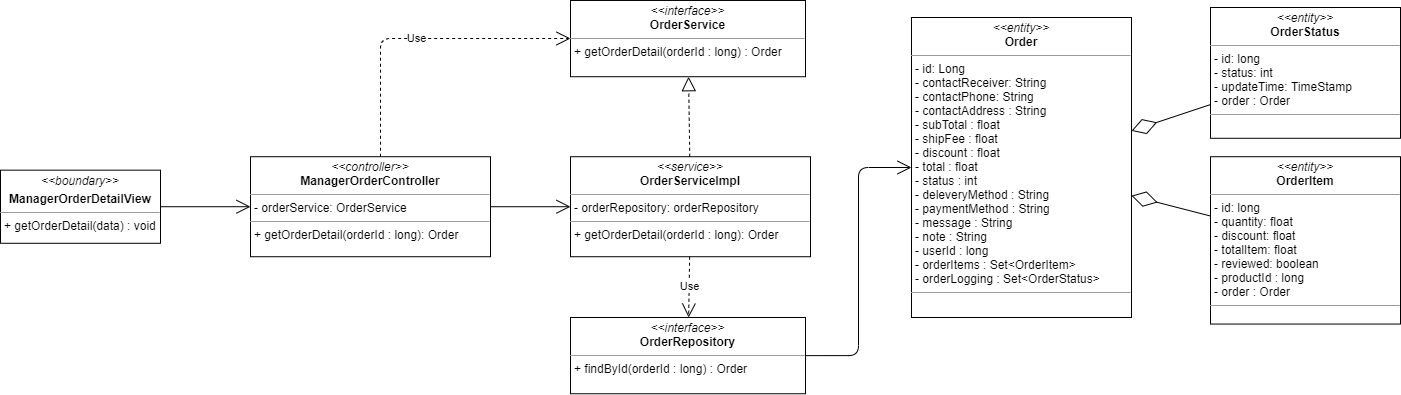
The draw.io diagram image-class/manager-order-detail-class-diagram.png in nguyenphamvan/datn_20202, before a commit. Source tidied: cells renumbered, new cells last; positions are measured from the earlier drawing's top-left corner, leaving out a move shared by most shapes.
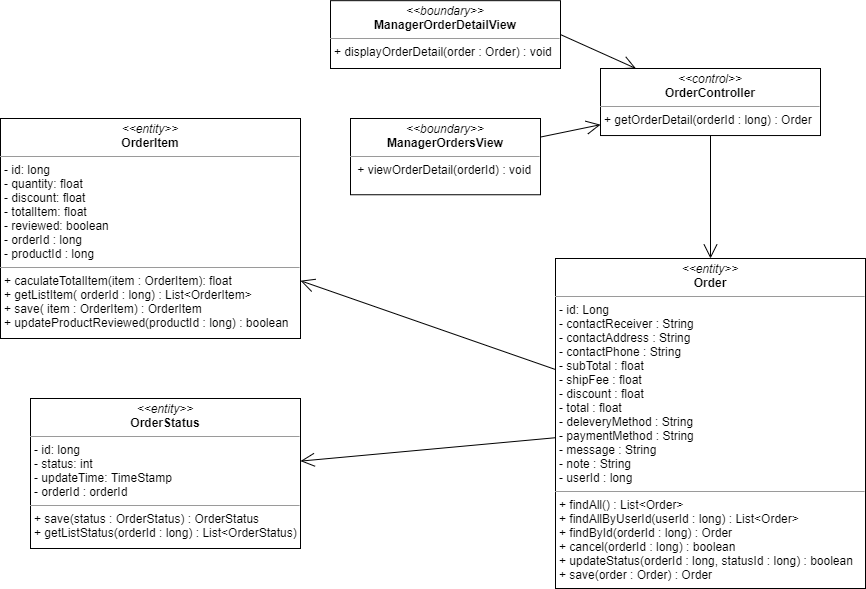
The same file after the commit.

What changed in the source:
```diff
@@ -2,57 +2,38 @@
   <root>
     <mxCell id="0" />
     <mxCell id="1" parent="0" />
-    <mxCell id="2" value="&lt;p style=&quot;margin: 0px ; margin-top: 4px ; text-align: center&quot;&gt;&lt;i&gt;&amp;lt;&amp;lt;boundary&amp;gt;&amp;gt;&lt;/i&gt;&lt;/p&gt;&lt;p style=&quot;margin: 0px ; margin-top: 4px ; text-align: center&quot;&gt;&lt;b&gt;ManagerOrderDetailView&lt;/b&gt;&lt;/p&gt;&lt;hr size=&quot;1&quot;&gt;&lt;p style=&quot;margin: 0px ; margin-left: 4px&quot;&gt;&lt;span&gt;+ getOrderDetail(data) : void&lt;/span&gt;&lt;br&gt;&lt;/p&gt;" style="verticalAlign=top;align=left;overflow=fill;fontSize=12;fontFamily=Helvetica;html=1;" parent="1" vertex="1">
-      <mxGeometry y="169.7" width="160" height="73.1" as="geometry" />
-    </mxCell>
-    <mxCell id="3" style="endArrow=open;endFill=1;endSize=12;html=1;entryX=0;entryY=0.5;entryDx=0;entryDy=0;exitX=1;exitY=0.5;exitDx=0;exitDy=0;" parent="1" edge="1" source="2" target="7">
-      <mxGeometry relative="1" as="geometry" />
-    </mxCell>
-    <mxCell id="4" style="endArrow=open;endFill=1;endSize=12;html=1;exitX=1;exitY=0.5;exitDx=0;exitDy=0;edgeStyle=orthogonalEdgeStyle;" parent="1" edge="1" source="5" target="13">
-      <mxGeometry relative="1" as="geometry" />
-    </mxCell>
-    <mxCell id="5" value="&lt;p style=&quot;margin: 0px ; margin-top: 4px ; text-align: center&quot;&gt;&lt;i&gt;&amp;lt;&amp;lt;interface&amp;gt;&amp;gt;&lt;/i&gt;&lt;br&gt;&lt;b&gt;OrderRepository&lt;/b&gt;&lt;/p&gt;&lt;hr size=&quot;1&quot;&gt;&lt;p style=&quot;margin: 0px ; margin-left: 4px&quot;&gt;+ findById(orderId : long) : Order&lt;/p&gt;" style="verticalAlign=top;align=left;overflow=fill;fontSize=12;fontFamily=Helvetica;html=1;" parent="1" vertex="1">
-      <mxGeometry x="570" y="317" width="235" height="76.2" as="geometry" />
-    </mxCell>
-    <mxCell id="6" value="&lt;p style=&quot;margin: 0px ; margin-top: 4px ; text-align: center&quot;&gt;&lt;i&gt;&amp;lt;&amp;lt;interface&amp;gt;&amp;gt;&lt;/i&gt;&lt;br&gt;&lt;b&gt;OrderService&lt;/b&gt;&lt;/p&gt;&lt;hr size=&quot;1&quot;&gt;&lt;p style=&quot;margin: 0px ; margin-left: 4px&quot;&gt;+ getOrderDetail(orderId : long) : Order&lt;/p&gt;" style="verticalAlign=top;align=left;overflow=fill;fontSize=12;fontFamily=Helvetica;html=1;" parent="1" vertex="1">
-      <mxGeometry x="570" width="235" height="76.2" as="geometry" />
-    </mxCell>
-    <mxCell id="7" value="&lt;p style=&quot;margin: 0px ; margin-top: 4px ; text-align: center&quot;&gt;&lt;i&gt;&amp;lt;&amp;lt;controller&amp;gt;&amp;gt;&lt;/i&gt;&lt;br&gt;&lt;b&gt;ManagerOrderController&lt;/b&gt;&lt;br&gt;&lt;/p&gt;&lt;hr size=&quot;1&quot;&gt;&lt;p style=&quot;margin: 0px ; margin-left: 4px&quot;&gt;- orderService: OrderService&lt;br&gt;&lt;/p&gt;&lt;hr size=&quot;1&quot;&gt;&lt;p style=&quot;margin: 0px ; margin-left: 4px&quot;&gt;+ getOrderDetail(orderId : long): Order&lt;br&gt;&lt;/p&gt;" style="verticalAlign=top;align=left;overflow=fill;fontSize=12;fontFamily=Helvetica;html=1;" parent="1" vertex="1">
-      <mxGeometry x="250" y="156.2" width="240" height="100" as="geometry" />
-    </mxCell>
-    <mxCell id="8" value="&lt;p style=&quot;margin: 0px ; margin-top: 4px ; text-align: center&quot;&gt;&lt;i&gt;&amp;lt;&amp;lt;service&amp;gt;&amp;gt;&lt;/i&gt;&lt;br&gt;&lt;b&gt;OrderServiceImpl&lt;/b&gt;&lt;/p&gt;&lt;hr size=&quot;1&quot;&gt;&lt;p style=&quot;margin: 0px ; margin-left: 4px&quot;&gt;- orderRepository: orderRepository&lt;br&gt;&lt;/p&gt;&lt;hr size=&quot;1&quot;&gt;&lt;p style=&quot;margin: 0px ; margin-left: 4px&quot;&gt;+ getOrderDetail(orderId : long): Order&lt;br&gt;&lt;/p&gt;" style="verticalAlign=top;align=left;overflow=fill;fontSize=12;fontFamily=Helvetica;html=1;" parent="1" vertex="1">
-      <mxGeometry x="570" y="156.2" width="240" height="100" as="geometry" />
-    </mxCell>
-    <mxCell id="9" value="Use" style="endArrow=open;endSize=12;dashed=1;html=1;edgeStyle=orthogonalEdgeStyle;" parent="1" edge="1" source="7" target="6">
-      <mxGeometry relative="1" as="geometry">
-        <Array as="points">
-          <mxPoint x="380" y="38" />
-        </Array>
-      </mxGeometry>
-    </mxCell>
-    <mxCell id="10" style="endArrow=block;dashed=1;endFill=0;endSize=12;html=1;" parent="1" edge="1" source="8" target="6">
-      <mxGeometry relative="1" as="geometry" />
-    </mxCell>
-    <mxCell id="11" value="Use" style="endArrow=open;endSize=12;dashed=1;html=1;" parent="1" edge="1" source="8" target="5">
-      <mxGeometry relative="1" as="geometry" />
-    </mxCell>
-    <mxCell id="12" style="endArrow=open;endFill=1;endSize=12;html=1;" parent="1" edge="1" source="7" target="8">
-      <mxGeometry relative="1" as="geometry" />
-    </mxCell>
-    <mxCell id="13" value="&lt;p style=&quot;margin: 0px ; margin-top: 4px ; text-align: center&quot;&gt;&lt;i&gt;&amp;lt;&amp;lt;entity&amp;gt;&amp;gt;&lt;/i&gt;&lt;br&gt;&lt;b&gt;Order&lt;/b&gt;&lt;/p&gt;&lt;hr size=&quot;1&quot;&gt;&lt;p style=&quot;margin: 0px ; margin-left: 4px&quot;&gt;- id: Long&lt;/p&gt;&lt;p style=&quot;margin: 0px 0px 0px 4px&quot;&gt;- contactReceiver: String&lt;br&gt;- contactPhone: String&lt;/p&gt;&lt;p style=&quot;margin: 0px 0px 0px 4px&quot;&gt;- contactAddress : String&lt;/p&gt;&lt;p style=&quot;margin: 0px 0px 0px 4px&quot;&gt;- subTotal : float&lt;/p&gt;&lt;p style=&quot;margin: 0px 0px 0px 4px&quot;&gt;- shipFee : float&lt;/p&gt;&lt;p style=&quot;margin: 0px 0px 0px 4px&quot;&gt;- discount : float&lt;/p&gt;&lt;p style=&quot;margin: 0px 0px 0px 4px&quot;&gt;- total : float&lt;/p&gt;&lt;p style=&quot;margin: 0px 0px 0px 4px&quot;&gt;- status : int&lt;/p&gt;&lt;p style=&quot;margin: 0px 0px 0px 4px&quot;&gt;- deleveryMethod : String&lt;/p&gt;&lt;p style=&quot;margin: 0px 0px 0px 4px&quot;&gt;- paymentMethod : String&lt;/p&gt;&lt;p style=&quot;margin: 0px 0px 0px 4px&quot;&gt;- message : String&lt;/p&gt;&lt;p style=&quot;margin: 0px 0px 0px 4px&quot;&gt;- note : String&lt;/p&gt;&lt;p style=&quot;margin: 0px 0px 0px 4px&quot;&gt;- userId : long&lt;/p&gt;&lt;p style=&quot;margin: 0px 0px 0px 4px&quot;&gt;- orderItems : Set&amp;lt;OrderItem&amp;gt;&lt;/p&gt;&lt;p style=&quot;margin: 0px 0px 0px 4px&quot;&gt;- orderLogging : Set&amp;lt;OrderStatus&amp;gt;&amp;nbsp;&lt;/p&gt;&lt;hr size=&quot;1&quot;&gt;&lt;p style=&quot;margin: 0px ; margin-left: 4px&quot;&gt;&lt;br&gt;&lt;/p&gt;" style="verticalAlign=top;align=left;overflow=fill;fontSize=12;fontFamily=Helvetica;html=1;" parent="1" vertex="1">
-      <mxGeometry x="911" y="17" width="220" height="300" as="geometry" />
-    </mxCell>
-    <mxCell id="14" value="&lt;p style=&quot;margin: 0px ; margin-top: 4px ; text-align: center&quot;&gt;&lt;i&gt;&amp;lt;&amp;lt;entity&amp;gt;&amp;gt;&lt;/i&gt;&lt;br&gt;&lt;b&gt;OrderItem&lt;/b&gt;&lt;/p&gt;&lt;hr size=&quot;1&quot;&gt;&lt;p style=&quot;margin: 0px ; margin-left: 4px&quot;&gt;- id: long&lt;/p&gt;&lt;p style=&quot;margin: 0px ; margin-left: 4px&quot;&gt;- quantity: float&lt;br&gt;- discount: float&lt;/p&gt;&lt;p style=&quot;margin: 0px ; margin-left: 4px&quot;&gt;- totalItem: float&lt;/p&gt;&lt;p style=&quot;margin: 0px ; margin-left: 4px&quot;&gt;- reviewed: boolean&lt;/p&gt;&lt;p style=&quot;margin: 0px ; margin-left: 4px&quot;&gt;- productId : long&lt;/p&gt;&lt;p style=&quot;margin: 0px ; margin-left: 4px&quot;&gt;- order : Order&lt;/p&gt;&lt;hr size=&quot;1&quot;&gt;&lt;p style=&quot;margin: 0px ; margin-left: 4px&quot;&gt;&lt;br&gt;&lt;/p&gt;" style="verticalAlign=top;align=left;overflow=fill;fontSize=12;fontFamily=Helvetica;html=1;" parent="1" vertex="1">
-      <mxGeometry x="1210" y="156.2" width="190" height="167.3" as="geometry" />
-    </mxCell>
-    <mxCell id="15" value="&lt;p style=&quot;margin: 0px ; margin-top: 4px ; text-align: center&quot;&gt;&lt;i&gt;&amp;lt;&amp;lt;entity&amp;gt;&amp;gt;&lt;/i&gt;&lt;br&gt;&lt;b&gt;OrderStatus&lt;/b&gt;&lt;/p&gt;&lt;hr size=&quot;1&quot;&gt;&lt;p style=&quot;margin: 0px ; margin-left: 4px&quot;&gt;- id: long&lt;/p&gt;&lt;p style=&quot;margin: 0px ; margin-left: 4px&quot;&gt;- status: int&lt;br&gt;- updateTime: TimeStamp&lt;/p&gt;&lt;p style=&quot;margin: 0px ; margin-left: 4px&quot;&gt;- order : Order&lt;/p&gt;&lt;hr size=&quot;1&quot;&gt;&lt;p style=&quot;margin: 0px ; margin-left: 4px&quot;&gt;&lt;br&gt;&lt;/p&gt;" style="verticalAlign=top;align=left;overflow=fill;fontSize=12;fontFamily=Helvetica;html=1;" parent="1" vertex="1">
-      <mxGeometry x="1210" y="7" width="190" height="130.8" as="geometry" />
-    </mxCell>
-    <mxCell id="16" style="endArrow=diamondThin;endFill=0;endSize=24;html=1;" parent="1" edge="1" source="15" target="13">
-      <mxGeometry relative="1" as="geometry" />
-    </mxCell>
-    <mxCell id="17" style="endArrow=diamondThin;endFill=0;endSize=24;html=1;" parent="1" edge="1" source="14" target="13">
-      <mxGeometry relative="1" as="geometry" />
-    </mxCell>
+    <mxCell id="18" value="&lt;p style=&quot;margin: 0px ; margin-top: 4px ; text-align: center&quot;&gt;&lt;i&gt;&amp;lt;&amp;lt;boundary&amp;gt;&amp;gt;&lt;/i&gt;&lt;br&gt;&lt;b&gt;ManagerOrderDetailView&lt;/b&gt;&lt;/p&gt;&lt;hr size=&quot;1&quot;&gt;&lt;p style=&quot;margin: 0px ; margin-left: 4px&quot;&gt;&lt;span&gt;+ displayOrderDetail(order : Order) : void&lt;/span&gt;&lt;/p&gt;" style="verticalAlign=top;align=left;overflow=fill;fontSize=12;fontFamily=Helvetica;html=1;" parent="1" vertex="1">
+      <mxGeometry x="560" y="109.2" width="230" height="67.8" as="geometry" />
+    </mxCell>
+    <mxCell id="19" style="endArrow=open;endFill=1;endSize=12;html=1;exitX=1;exitY=0.5;exitDx=0;exitDy=0;" parent="1" edge="1" source="18" target="20">
+      <mxGeometry relative="1" as="geometry" />
+    </mxCell>
+    <mxCell id="20" value="&lt;p style=&quot;margin: 0px ; margin-top: 4px ; text-align: center&quot;&gt;&lt;i&gt;&amp;lt;&amp;lt;control&amp;gt;&amp;gt;&lt;/i&gt;&lt;br&gt;&lt;b&gt;OrderController&lt;/b&gt;&lt;br&gt;&lt;/p&gt;&lt;hr size=&quot;1&quot;&gt;&lt;p style=&quot;margin: 0px ; margin-left: 4px&quot;&gt;&lt;span&gt;+ getOrderDetail(orderId : long) : Order&lt;/span&gt;&lt;br&gt;&lt;/p&gt;" style="verticalAlign=top;align=left;overflow=fill;fontSize=12;fontFamily=Helvetica;html=1;" parent="1" vertex="1">
+      <mxGeometry x="830" y="177" width="220" height="67" as="geometry" />
+    </mxCell>
+    <mxCell id="21" style="endArrow=open;endFill=1;endSize=12;html=1;" parent="1" edge="1" source="20" target="25">
+      <mxGeometry relative="1" as="geometry" />
+    </mxCell>
+    <mxCell id="22" value="&lt;p style=&quot;margin: 0px ; margin-top: 4px ; text-align: center&quot;&gt;&lt;i&gt;&amp;lt;&amp;lt;boundary&amp;gt;&amp;gt;&lt;/i&gt;&lt;br&gt;&lt;b&gt;ManagerOrdersView&lt;/b&gt;&lt;/p&gt;&lt;hr size=&quot;1&quot;&gt;&lt;p style=&quot;margin: 0px ; margin-left: 4px&quot;&gt;&lt;span&gt;&amp;nbsp;&lt;/span&gt;&lt;span&gt;+ viewOrderDetail(orderId) : void&lt;/span&gt;&lt;/p&gt;" style="verticalAlign=top;align=left;overflow=fill;fontSize=12;fontFamily=Helvetica;html=1;" parent="1" vertex="1">
+      <mxGeometry x="580" y="227" width="190" height="76.2" as="geometry" />
+    </mxCell>
+    <mxCell id="23" value="&lt;p style=&quot;margin: 0px ; margin-top: 4px ; text-align: center&quot;&gt;&lt;i&gt;&amp;lt;&amp;lt;entity&amp;gt;&amp;gt;&lt;/i&gt;&lt;br&gt;&lt;b&gt;OrderItem&lt;/b&gt;&lt;/p&gt;&lt;hr size=&quot;1&quot;&gt;&lt;p style=&quot;margin: 0px ; margin-left: 4px&quot;&gt;- id: long&lt;/p&gt;&lt;p style=&quot;margin: 0px ; margin-left: 4px&quot;&gt;- quantity: float&lt;br&gt;- discount: float&lt;/p&gt;&lt;p style=&quot;margin: 0px ; margin-left: 4px&quot;&gt;- totalItem: float&lt;/p&gt;&lt;p style=&quot;margin: 0px ; margin-left: 4px&quot;&gt;- reviewed: boolean&lt;/p&gt;&lt;p style=&quot;margin: 0px ; margin-left: 4px&quot;&gt;- orderId : long&lt;/p&gt;&lt;p style=&quot;margin: 0px ; margin-left: 4px&quot;&gt;- productId : long&lt;/p&gt;&lt;hr size=&quot;1&quot;&gt;&lt;p style=&quot;margin: 0px 0px 0px 4px&quot;&gt;+ caculateTotalItem(item : OrderItem): float&lt;br&gt;&lt;/p&gt;&lt;p style=&quot;margin: 0px 0px 0px 4px&quot;&gt;+ getListItem( orderId : long) : List&amp;lt;OrderItem&amp;gt;&lt;br&gt;&lt;/p&gt;&lt;p style=&quot;margin: 0px 0px 0px 4px&quot;&gt;+ save( item : OrderItem) : OrderItem&lt;/p&gt;&lt;p style=&quot;margin: 0px 0px 0px 4px&quot;&gt;+ updateProductReviewed(productId : long) : boolean&lt;/p&gt;" style="verticalAlign=top;align=left;overflow=fill;fontSize=12;fontFamily=Helvetica;html=1;" parent="1" vertex="1">
+      <mxGeometry x="230" y="227" width="300" height="220" as="geometry" />
+    </mxCell>
+    <mxCell id="24" value="&lt;p style=&quot;margin: 0px ; margin-top: 4px ; text-align: center&quot;&gt;&lt;i&gt;&amp;lt;&amp;lt;entity&amp;gt;&amp;gt;&lt;/i&gt;&lt;br&gt;&lt;b&gt;OrderStatus&lt;/b&gt;&lt;/p&gt;&lt;hr size=&quot;1&quot;&gt;&lt;p style=&quot;margin: 0px ; margin-left: 4px&quot;&gt;- id: long&lt;/p&gt;&lt;p style=&quot;margin: 0px ; margin-left: 4px&quot;&gt;- status: int&lt;br&gt;- updateTime: TimeStamp&lt;/p&gt;&lt;p style=&quot;margin: 0px ; margin-left: 4px&quot;&gt;- orderId : orderId&lt;/p&gt;&lt;hr size=&quot;1&quot;&gt;&lt;p style=&quot;margin: 0px ; margin-left: 4px&quot;&gt;+ save(status : OrderStatus) : OrderStatus&lt;/p&gt;&lt;p style=&quot;margin: 0px ; margin-left: 4px&quot;&gt;+ getListStatus(orderId : long) : List&amp;lt;OrderStatus)&lt;/p&gt;" style="verticalAlign=top;align=left;overflow=fill;fontSize=12;fontFamily=Helvetica;html=1;" parent="1" vertex="1">
+      <mxGeometry x="260" y="507" width="270" height="150" as="geometry" />
+    </mxCell>
+    <mxCell id="25" value="&lt;p style=&quot;margin: 0px ; margin-top: 4px ; text-align: center&quot;&gt;&lt;i&gt;&amp;lt;&amp;lt;entity&amp;gt;&amp;gt;&lt;/i&gt;&lt;br&gt;&lt;b&gt;Order&lt;/b&gt;&lt;/p&gt;&lt;hr size=&quot;1&quot;&gt;&lt;p style=&quot;margin: 0px ; margin-left: 4px&quot;&gt;- id: Long&lt;/p&gt;&lt;p style=&quot;margin: 0px ; margin-left: 4px&quot;&gt;- contactReceiver : String&lt;/p&gt;&lt;p style=&quot;margin: 0px ; margin-left: 4px&quot;&gt;- contactAddress : String&lt;/p&gt;&lt;p style=&quot;margin: 0px ; margin-left: 4px&quot;&gt;- contactPhone : String&lt;/p&gt;&lt;p style=&quot;margin: 0px 0px 0px 4px&quot;&gt;- subTotal : float&lt;/p&gt;&lt;p style=&quot;margin: 0px 0px 0px 4px&quot;&gt;- shipFee : float&lt;/p&gt;&lt;p style=&quot;margin: 0px 0px 0px 4px&quot;&gt;- discount : float&lt;/p&gt;&lt;p style=&quot;margin: 0px 0px 0px 4px&quot;&gt;- total : float&lt;/p&gt;&lt;p style=&quot;margin: 0px 0px 0px 4px&quot;&gt;- deleveryMethod : String&lt;/p&gt;&lt;p style=&quot;margin: 0px 0px 0px 4px&quot;&gt;- paymentMethod : String&lt;/p&gt;&lt;p style=&quot;margin: 0px 0px 0px 4px&quot;&gt;- message : String&lt;/p&gt;&lt;p style=&quot;margin: 0px 0px 0px 4px&quot;&gt;- note : String&lt;/p&gt;&lt;p style=&quot;margin: 0px 0px 0px 4px&quot;&gt;- userId : long&lt;/p&gt;&lt;hr size=&quot;1&quot;&gt;&lt;p style=&quot;margin: 0px 0px 0px 4px&quot;&gt;+ findAll() : List&amp;lt;Order&amp;gt;&lt;/p&gt;&lt;p style=&quot;margin: 0px 0px 0px 4px&quot;&gt;+ findAllByUserId(userId : long) : List&amp;lt;Order&amp;gt;&lt;/p&gt;&lt;p style=&quot;margin: 0px 0px 0px 4px&quot;&gt;+ findById(orderId : long) : Order&lt;br&gt;&lt;/p&gt;&lt;p style=&quot;margin: 0px 0px 0px 4px&quot;&gt;+ cancel(orderId : long) : boolean&lt;br&gt;&lt;/p&gt;&lt;p style=&quot;margin: 0px 0px 0px 4px&quot;&gt;+ updateStatus(orderId : long, statusId : long) : boolean&lt;/p&gt;&lt;p style=&quot;margin: 0px 0px 0px 4px&quot;&gt;+ save(order : Order) : Order&lt;/p&gt;" style="verticalAlign=top;align=left;overflow=fill;fontSize=12;fontFamily=Helvetica;html=1;" parent="1" vertex="1">
+      <mxGeometry x="785" y="367" width="310" height="330" as="geometry" />
+    </mxCell>
+    <mxCell id="26" style="endArrow=open;endFill=1;endSize=12;html=1;" parent="1" edge="1" source="25" target="23">
+      <mxGeometry relative="1" as="geometry" />
+    </mxCell>
+    <mxCell id="27" style="endArrow=open;endFill=1;endSize=12;html=1;" parent="1" edge="1" source="25" target="24">
+      <mxGeometry relative="1" as="geometry" />
+    </mxCell>
+    <mxCell id="28" style="endArrow=open;endFill=1;endSize=12;html=1;" parent="1" edge="1" source="22" target="20">
+      <mxGeometry relative="1" as="geometry" />
+    </mxCell>
   </root>
 </mxGraphModel>
```
